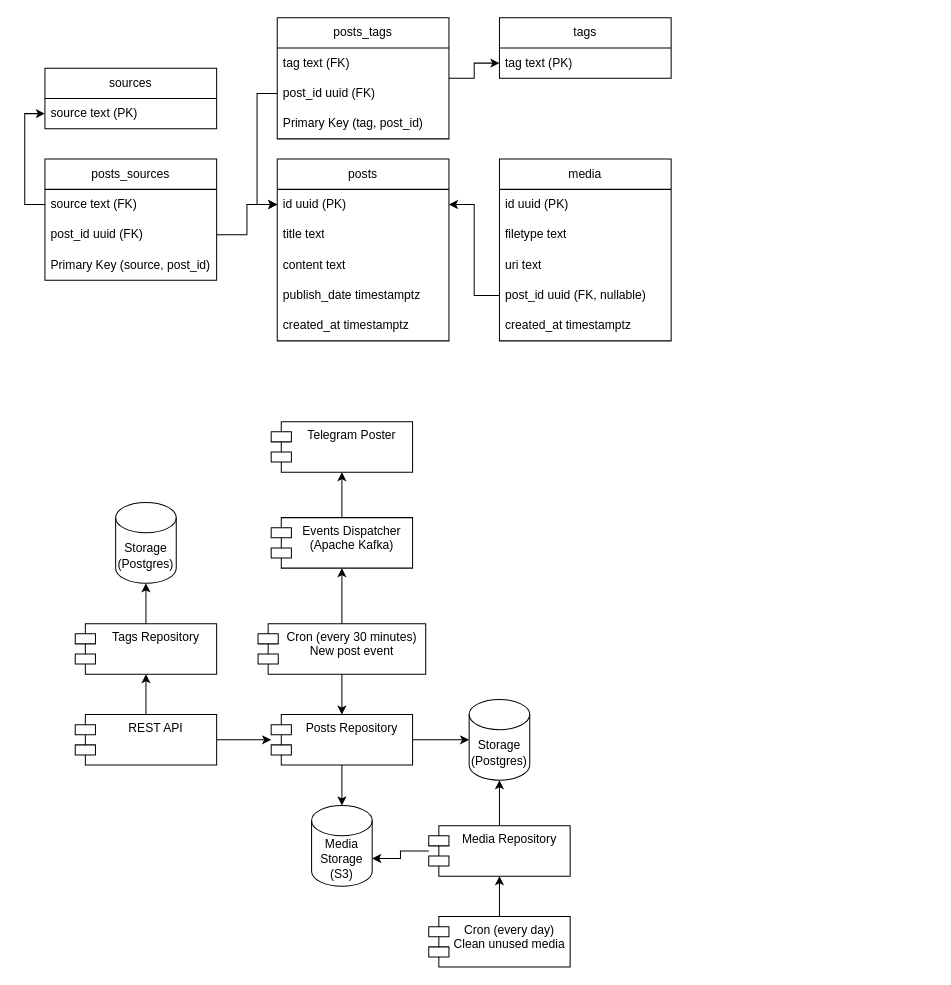
The draw.io diagram poster.drawio in kostromin59/poster, before the edit. Source tidied: cells renumbered, new cells numbered last; positions are measured from the earlier drawing's top-left corner, leaving out a move shared by most shapes. Both pictures are drawn from the tidied source at 101%, with x=0, y=0 at pixel (44, 17).
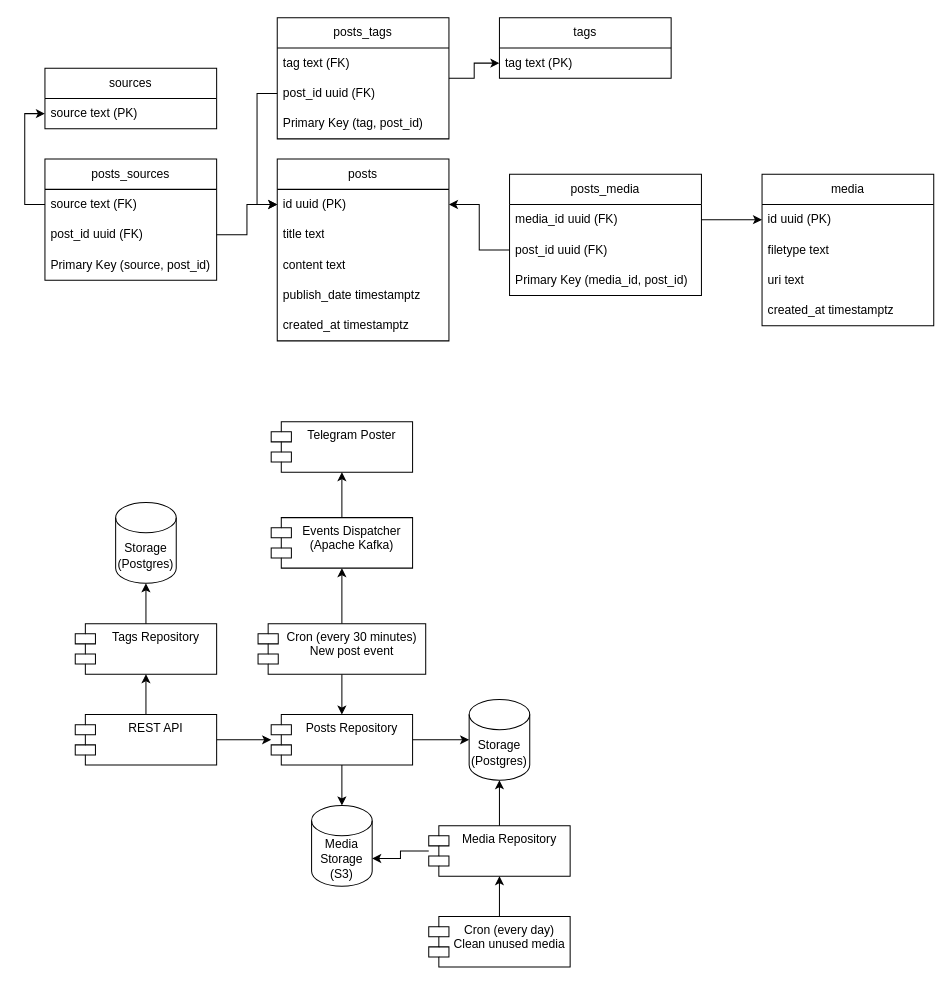
Above is the later version.

The change refers to these unchanged cells:
```xml
<mxCell id="3" value="id uuid (PK)" style="text;strokeColor=none;fillColor=none;align=left;verticalAlign=middle;spacingLeft=4;spacingRight=4;overflow=hidden;points=[[0,0.5],[1,0.5]];portConstraint=eastwest;whiteSpace=wrap;html=1;" parent="2" vertex="1">
  <mxGeometry y="30" width="170" height="30" as="geometry" />
</mxCell>
<mxCell id="9" value="id uuid (PK)" style="text;strokeColor=none;fillColor=none;align=left;verticalAlign=middle;spacingLeft=4;spacingRight=4;overflow=hidden;points=[[0,0.5],[1,0.5]];portConstraint=eastwest;whiteSpace=wrap;html=1;" parent="8" vertex="1">
  <mxGeometry y="30" width="170" height="30" as="geometry" />
</mxCell>
```

What changed in the source:
```diff
@@
     <mxCell id="8" value="media" style="swimlane;fontStyle=0;horizontal=1;startSize=30;whiteSpace=wrap;html=1;" parent="1" vertex="1">
-      <mxGeometry x="450" y="140" width="170" height="180" as="geometry" />
+      <mxGeometry x="710" y="155" width="170" height="150" as="geometry" />
     </mxCell>
@@
-    <mxCell id="12" value="post_id uuid (FK, nullable)" style="text;strokeColor=none;fillColor=none;align=left;verticalAlign=middle;spacingLeft=4;spacingRight=4;overflow=hidden;points=[[0,0.5],[1,0.5]];portConstraint=eastwest;whiteSpace=wrap;html=1;" parent="8" vertex="1">
-      <mxGeometry y="120" width="170" height="30" as="geometry" />
-    </mxCell>
     <mxCell id="13" value="created_at timestamptz" style="text;strokeColor=none;fillColor=none;align=left;verticalAlign=middle;spacingLeft=4;spacingRight=4;overflow=hidden;whiteSpace=wrap;html=1;" parent="8" vertex="1">
-      <mxGeometry y="150" width="170" height="30" as="geometry" />
+      <mxGeometry y="120" width="170" height="30" as="geometry" />
     </mxCell>
-    <mxCell id="14" style="edgeStyle=orthogonalEdgeStyle;rounded=0;jettySize=auto;html=1;entryX=1;entryY=0.5;entryDx=0;entryDy=0;" parent="1" edge="1" source="12" target="3">
-      <mxGeometry relative="1" as="geometry" />
-    </mxCell>
@@
+    <mxCell id="53" value="posts_media" style="swimlane;fontStyle=0;horizontal=1;startSize=30;whiteSpace=wrap;html=1;" parent="1" vertex="1">
+      <mxGeometry x="460" y="155" width="190" height="120" as="geometry" />
+    </mxCell>
+    <mxCell id="54" value="media_id uuid (FK)" style="text;strokeColor=none;fillColor=none;align=left;verticalAlign=middle;spacingLeft=4;spacingRight=4;overflow=hidden;points=[[0,0.5],[1,0.5]];portConstraint=eastwest;whiteSpace=wrap;html=1;" parent="53" vertex="1">
+      <mxGeometry y="30" width="190" height="30" as="geometry" />
+    </mxCell>
+    <mxCell id="55" value="post_id uuid (FK)" style="text;strokeColor=none;fillColor=none;align=left;verticalAlign=middle;spacingLeft=4;spacingRight=4;overflow=hidden;points=[[0,0.5],[1,0.5]];portConstraint=eastwest;whiteSpace=wrap;html=1;" parent="53" vertex="1">
+      <mxGeometry y="60" width="190" height="30" as="geometry" />
+    </mxCell>
+    <mxCell id="56" value="Primary Key (media_id, post_id)" style="text;strokeColor=none;fillColor=none;align=left;verticalAlign=middle;spacingLeft=4;spacingRight=4;overflow=hidden;whiteSpace=wrap;html=1;" parent="53" vertex="1">
+      <mxGeometry y="90" width="190" height="30" as="geometry" />
+    </mxCell>
+    <mxCell id="57" style="edgeStyle=orthogonalEdgeStyle;rounded=0;jettySize=auto;html=1;entryX=1;entryY=0.5;entryDx=0;entryDy=0;" parent="1" edge="1" source="55" target="3">
+      <mxGeometry relative="1" as="geometry" />
+    </mxCell>
+    <mxCell id="58" style="edgeStyle=orthogonalEdgeStyle;rounded=0;jettySize=auto;html=1;entryX=0;entryY=0.5;entryDx=0;entryDy=0;" parent="1" edge="1" source="54" target="9">
+      <mxGeometry relative="1" as="geometry" />
+    </mxCell>
```
